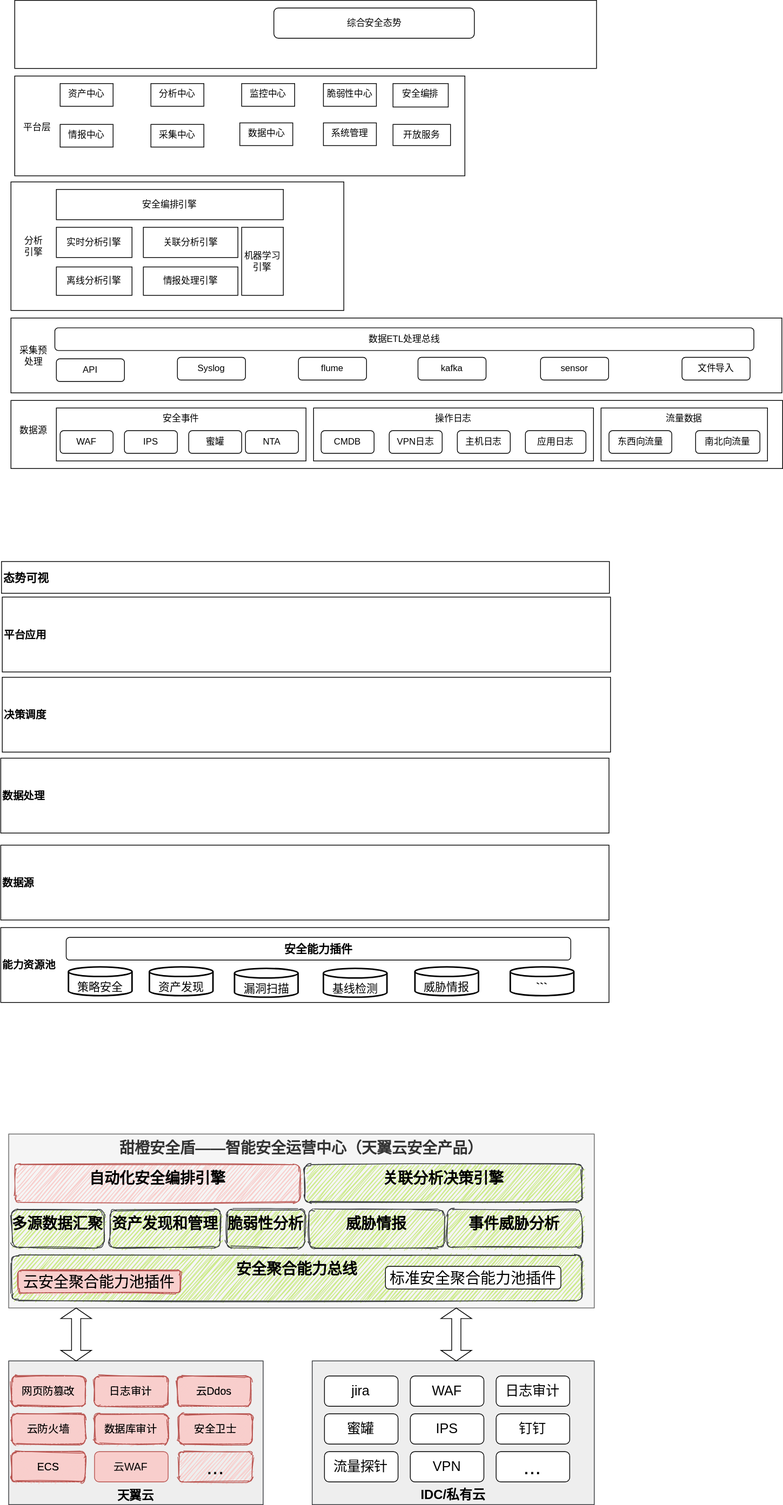
Above: 安全大脑二期模块图.svg in liujianqun/draw (draw.io), before the change. Source tidied: cells renumbered, new cells last; positions are measured from the earlier drawing's top-left corner, leaving out a move shared by most shapes.
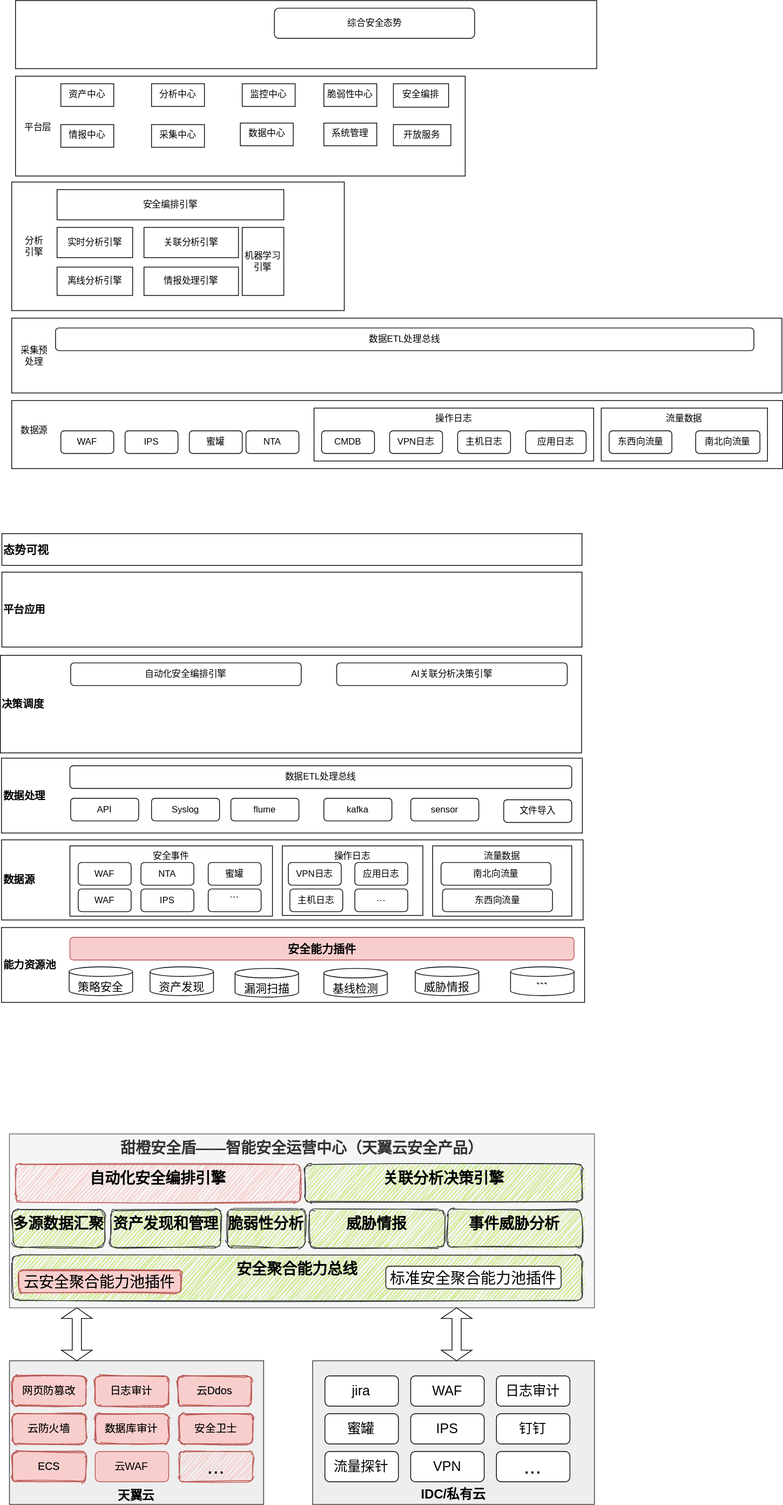
After the change.

Commit message:
Update 安全大脑二期模块图.svg

What changed in the source:
````diff
@@ -2,6 +2,21 @@
   <root>
     <mxCell id="0" />
     <mxCell id="1" parent="0" />
+    <mxCell id="49" value="数据源" style="rounded=0;whiteSpace=wrap;html=1;align=left;fontStyle=1;fontSize=14;" parent="1" vertex="1">
+      <mxGeometry x="-0.5" y="1110" width="769.5" height="106" as="geometry" />
+    </mxCell>
+    <mxCell id="50" value="数据处理" style="rounded=0;whiteSpace=wrap;html=1;align=left;fontStyle=1;fontSize=14;" parent="1" vertex="1">
+      <mxGeometry x="-0.5" y="1002" width="768.5" height="99" as="geometry" />
+    </mxCell>
+    <mxCell id="51" value="决策调度" style="rounded=0;whiteSpace=wrap;html=1;align=left;fontStyle=1;fontSize=14;" parent="1" vertex="1">
+      <mxGeometry x="-2" y="866" width="769" height="129" as="geometry" />
+    </mxCell>
+    <mxCell id="94" value="平台应用" style="rounded=0;whiteSpace=wrap;html=1;align=left;fontStyle=1;fontSize=14;" parent="1" vertex="1">
+      <mxGeometry y="756" width="767.5" height="99" as="geometry" />
+    </mxCell>
+    <mxCell id="95" value="态势可视" style="rounded=0;whiteSpace=wrap;html=1;align=left;fontSize=15;fontStyle=1;" parent="1" vertex="1">
+      <mxGeometry y="705" width="767.5" height="42" as="geometry" />
+    </mxCell>
     <mxCell id="2" style="rounded=0;whiteSpace=wrap;html=1;" parent="1" vertex="1">
       <mxGeometry x="18" width="769" height="90" as="geometry" />
     </mxCell>
@@ -57,7 +72,7 @@
       <mxGeometry x="23" y="559" width="40" height="20" as="geometry" />
     </mxCell>
     <mxCell id="20" value="安全事件" style="rounded=0;whiteSpace=wrap;html=1;verticalAlign=top;" parent="1" vertex="1">
-      <mxGeometry x="73" y="539" width="330" height="70" as="geometry" />
+      <mxGeometry x="90" y="1118" width="268" height="93" as="geometry" />
     </mxCell>
     <mxCell id="21" value="操作日志" style="rounded=0;whiteSpace=wrap;html=1;verticalAlign=top;" parent="1" vertex="1">
       <mxGeometry x="413" y="539" width="370" height="70" as="geometry" />
@@ -96,25 +111,25 @@
       <mxGeometry x="188" y="352.5" width="125" height="37.5" as="geometry" />
     </mxCell>
     <mxCell id="33" value="API" style="rounded=1;whiteSpace=wrap;html=1;align=center;" parent="1" vertex="1">
-      <mxGeometry x="73" y="474" width="90" height="30" as="geometry" />
+      <mxGeometry x="91" y="1055" width="90" height="30" as="geometry" />
     </mxCell>
     <mxCell id="34" value="Syslog" style="rounded=1;whiteSpace=wrap;html=1;align=center;" parent="1" vertex="1">
-      <mxGeometry x="233" y="472" width="90" height="30" as="geometry" />
+      <mxGeometry x="198" y="1055" width="90" height="30" as="geometry" />
     </mxCell>
     <mxCell id="35" value="flume" style="rounded=1;whiteSpace=wrap;html=1;align=center;" parent="1" vertex="1">
-      <mxGeometry x="393" y="472" width="90" height="30" as="geometry" />
+      <mxGeometry x="303" y="1055" width="90" height="30" as="geometry" />
     </mxCell>
     <mxCell id="36" value="kafka" style="rounded=1;whiteSpace=wrap;html=1;align=center;" parent="1" vertex="1">
-      <mxGeometry x="551" y="472" width="90" height="30" as="geometry" />
+      <mxGeometry x="426" y="1055" width="90" height="30" as="geometry" />
     </mxCell>
     <mxCell id="37" value="sensor" style="rounded=1;whiteSpace=wrap;html=1;align=center;" parent="1" vertex="1">
-      <mxGeometry x="713" y="472" width="90" height="30" as="geometry" />
+      <mxGeometry x="541" y="1055" width="90" height="30" as="geometry" />
     </mxCell>
     <mxCell id="38" value="IPS" style="rounded=1;whiteSpace=wrap;html=1;" parent="1" vertex="1">
       <mxGeometry x="163" y="569" width="70" height="30" as="geometry" />
     </mxCell>
     <mxCell id="39" value="文件导入" style="rounded=1;whiteSpace=wrap;html=1;align=center;" parent="1" vertex="1">
-      <mxGeometry x="900" y="472" width="90" height="30" as="geometry" />
+      <mxGeometry x="664" y="1057" width="90" height="30" as="geometry" />
     </mxCell>
     <mxCell id="40" value="东西向流量" style="rounded=1;whiteSpace=wrap;html=1;" parent="1" vertex="1">
       <mxGeometry x="803.5" y="569" width="83" height="30" as="geometry" />
@@ -140,18 +155,9 @@
     <mxCell id="47" value="开放服务" style="rounded=0;whiteSpace=wrap;html=1;align=center;verticalAlign=top;" parent="1" vertex="1">
       <mxGeometry x="518" y="164" width="76" height="28" as="geometry" />
     </mxCell>
-    <mxCell id="48" value="能力资源池" style="rounded=0;whiteSpace=wrap;html=1;align=left;fontStyle=1;fontSize=14;" parent="1" vertex="1">
-      <mxGeometry x="-0.5" y="1226" width="804" height="99" as="geometry" />
+    <mxCell id="48" value="能力资源池" style="rounded=0;whiteSpace=wrap;html=1;align=left;fontStyle=1;fontSize=14;strokeWidth=1;" parent="1" vertex="1">
+      <mxGeometry x="-0.5" y="1226" width="771.5" height="99" as="geometry" />
     </mxCell>
-    <mxCell id="49" value="数据源" style="rounded=0;whiteSpace=wrap;html=1;align=left;fontStyle=1;fontSize=14;" parent="1" vertex="1">
-      <mxGeometry x="-0.5" y="1117" width="804" height="99" as="geometry" />
-    </mxCell>
-    <mxCell id="50" value="数据处理" style="rounded=0;whiteSpace=wrap;html=1;align=left;fontStyle=1;fontSize=14;" parent="1" vertex="1">
-      <mxGeometry x="-0.5" y="1002" width="804" height="99" as="geometry" />
-    </mxCell>
-    <mxCell id="51" value="决策调度" style="rounded=0;whiteSpace=wrap;html=1;align=left;fontStyle=1;fontSize=14;" parent="1" vertex="1">
-      <mxGeometry x="1.5" y="895" width="804" height="99" as="geometry" />
-    </mxCell>
     <mxCell id="52" style="group;" parent="1" vertex="1">
       <mxGeometry x="10" y="1499" width="774" height="490" as="geometry" />
     </mxCell>
@@ -278,32 +284,77 @@
     <mxCell id="93" value="ECS" style="rounded=1;whiteSpace=wrap;html=1;fontSize=14;fillColor=#f8cecc;strokeColor=#b85450;sketch=1;" parent="52" vertex="1">
       <mxGeometry x="4.1" y="420" width="97.3" height="40" as="geometry" />
     </mxCell>
-    <mxCell id="94" value="平台应用" style="rounded=0;whiteSpace=wrap;html=1;align=left;fontStyle=1;fontSize=14;" parent="1" vertex="1">
-      <mxGeometry x="1.5" y="789" width="804" height="99" as="geometry" />
-    </mxCell>
-    <mxCell id="95" value="态势可视" style="rounded=0;whiteSpace=wrap;html=1;align=left;fontSize=15;fontStyle=1;" parent="1" vertex="1">
-      <mxGeometry x="0.5" y="742" width="803.5" height="42" as="geometry" />
-    </mxCell>
-    <mxCell id="96" value="策略安全" style="strokeWidth=2;html=1;shape=mxgraph.flowchart.database;whiteSpace=wrap;fontSize=15;verticalAlign=bottom;" parent="1" vertex="1">
+    <mxCell id="96" value="策略安全" style="strokeWidth=1;html=1;shape=mxgraph.flowchart.database;whiteSpace=wrap;fontSize=15;verticalAlign=bottom;" parent="1" vertex="1">
       <mxGeometry x="89" y="1278" width="84" height="38" as="geometry" />
     </mxCell>
-    <mxCell id="97" value="资产发现" style="strokeWidth=2;html=1;shape=mxgraph.flowchart.database;whiteSpace=wrap;fontSize=15;verticalAlign=bottom;" parent="1" vertex="1">
+    <mxCell id="97" value="资产发现" style="strokeWidth=1;html=1;shape=mxgraph.flowchart.database;whiteSpace=wrap;fontSize=15;verticalAlign=bottom;" parent="1" vertex="1">
       <mxGeometry x="196" y="1278" width="84" height="38" as="geometry" />
     </mxCell>
-    <mxCell id="98" value="漏洞扫描" style="strokeWidth=2;html=1;shape=mxgraph.flowchart.database;whiteSpace=wrap;fontSize=15;verticalAlign=bottom;" parent="1" vertex="1">
+    <mxCell id="98" value="漏洞扫描" style="strokeWidth=1;html=1;shape=mxgraph.flowchart.database;whiteSpace=wrap;fontSize=15;verticalAlign=bottom;" parent="1" vertex="1">
       <mxGeometry x="308.5" y="1280" width="84" height="38" as="geometry" />
     </mxCell>
-    <mxCell id="99" value="基线检测" style="strokeWidth=2;html=1;shape=mxgraph.flowchart.database;whiteSpace=wrap;fontSize=15;verticalAlign=bottom;" parent="1" vertex="1">
+    <mxCell id="99" value="基线检测" style="strokeWidth=1;html=1;shape=mxgraph.flowchart.database;whiteSpace=wrap;fontSize=15;verticalAlign=bottom;" parent="1" vertex="1">
       <mxGeometry x="426" y="1280" width="84" height="38" as="geometry" />
     </mxCell>
-    <mxCell id="100" value="威胁情报" style="strokeWidth=2;html=1;shape=mxgraph.flowchart.database;whiteSpace=wrap;fontSize=15;verticalAlign=bottom;" parent="1" vertex="1">
+    <mxCell id="100" value="威胁情报" style="strokeWidth=1;html=1;shape=mxgraph.flowchart.database;whiteSpace=wrap;fontSize=15;verticalAlign=bottom;" parent="1" vertex="1">
       <mxGeometry x="547" y="1278" width="84" height="38" as="geometry" />
     </mxCell>
-    <mxCell id="101" value="&lt;b&gt;```&lt;/b&gt;" style="strokeWidth=2;html=1;shape=mxgraph.flowchart.database;whiteSpace=wrap;fontSize=15;verticalAlign=bottom;" parent="1" vertex="1">
+    <mxCell id="101" value="&lt;b&gt;```&lt;/b&gt;" style="strokeWidth=1;html=1;shape=mxgraph.flowchart.database;whiteSpace=wrap;fontSize=15;verticalAlign=bottom;" parent="1" vertex="1">
       <mxGeometry x="673" y="1278" width="84" height="38" as="geometry" />
     </mxCell>
-    <mxCell id="102" value="安全能力插件" style="rounded=1;whiteSpace=wrap;html=1;align=center;fontSize=15;fontStyle=1;" parent="1" vertex="1">
-      <mxGeometry x="86" y="1239" width="667" height="30" as="geometry" />
+    <mxCell id="102" value="安全能力插件" style="rounded=1;whiteSpace=wrap;html=1;align=center;fontSize=15;fontStyle=1;strokeWidth=1;fillColor=#f8cecc;strokeColor=#b85450;" parent="1" vertex="1">
+      <mxGeometry x="90" y="1239" width="667" height="30" as="geometry" />
     </mxCell>
+    <mxCell id="103" value="操作日志" style="rounded=0;whiteSpace=wrap;html=1;verticalAlign=top;" parent="1" vertex="1">
+      <mxGeometry x="371" y="1118" width="186" height="92" as="geometry" />
+    </mxCell>
+    <mxCell id="104" value="流量数据" style="rounded=0;whiteSpace=wrap;html=1;verticalAlign=top;" parent="1" vertex="1">
+      <mxGeometry x="570" y="1118" width="184" height="93" as="geometry" />
+    </mxCell>
+    <mxCell id="105" value="WAF" style="rounded=1;whiteSpace=wrap;html=1;" parent="1" vertex="1">
+      <mxGeometry x="101" y="1175" width="70" height="30" as="geometry" />
+    </mxCell>
+    <mxCell id="106" value="IPS" style="rounded=1;whiteSpace=wrap;html=1;" parent="1" vertex="1">
+      <mxGeometry x="184" y="1175" width="70" height="30" as="geometry" />
+    </mxCell>
+    <mxCell id="107" value="```" style="rounded=1;whiteSpace=wrap;html=1;" parent="1" vertex="1">
+      <mxGeometry x="273" y="1175" width="70" height="30" as="geometry" />
+    </mxCell>
+    <mxCell id="108" value="WAF" style="rounded=1;whiteSpace=wrap;html=1;" parent="1" vertex="1">
+      <mxGeometry x="101" y="1140" width="70" height="30" as="geometry" />
+    </mxCell>
+    <mxCell id="109" value="NTA" style="rounded=1;whiteSpace=wrap;html=1;" parent="1" vertex="1">
+      <mxGeometry x="184" y="1140" width="70" height="30" as="geometry" />
+    </mxCell>
+    <mxCell id="110" value="蜜罐" style="rounded=1;whiteSpace=wrap;html=1;" parent="1" vertex="1">
+      <mxGeometry x="273" y="1140" width="70" height="30" as="geometry" />
+    </mxCell>
+    <mxCell id="111" value="VPN日志" style="rounded=1;whiteSpace=wrap;html=1;" parent="1" vertex="1">
+      <mxGeometry x="379" y="1140" width="70" height="30" as="geometry" />
+    </mxCell>
+    <mxCell id="112" value="主机日志" style="rounded=1;whiteSpace=wrap;html=1;" parent="1" vertex="1">
+      <mxGeometry x="381" y="1175" width="70" height="30" as="geometry" />
+    </mxCell>
+    <mxCell id="113" value="应用日志" style="rounded=1;whiteSpace=wrap;html=1;" parent="1" vertex="1">
+      <mxGeometry x="467" y="1140" width="70" height="30" as="geometry" />
+    </mxCell>
+    <mxCell id="114" value="···" style="rounded=1;whiteSpace=wrap;html=1;" parent="1" vertex="1">
+      <mxGeometry x="467" y="1175" width="70" height="30" as="geometry" />
+    </mxCell>
+    <mxCell id="115" value="南北向流量" style="rounded=1;whiteSpace=wrap;html=1;" parent="1" vertex="1">
+      <mxGeometry x="581" y="1140" width="145.5" height="30" as="geometry" />
+    </mxCell>
+    <mxCell id="116" value="东西向流量" style="rounded=1;whiteSpace=wrap;html=1;" parent="1" vertex="1">
+      <mxGeometry x="583" y="1175" width="145.5" height="30" as="geometry" />
+    </mxCell>
+    <mxCell id="117" value="数据ETL处理总线" style="rounded=1;whiteSpace=wrap;html=1;align=center;" parent="1" vertex="1">
+      <mxGeometry x="90" y="1012" width="664" height="30" as="geometry" />
+    </mxCell>
+    <mxCell id="118" value="自动化安全编排引擎" style="rounded=1;whiteSpace=wrap;html=1;align=center;" parent="1" vertex="1">
+      <mxGeometry x="91" y="876" width="305" height="30" as="geometry" />
+    </mxCell>
+    <mxCell id="119" value="AI关联分析决策引擎" style="rounded=1;whiteSpace=wrap;html=1;align=center;" parent="1" vertex="1">
+      <mxGeometry x="443" y="876" width="305" height="30" as="geometry" />
+    </mxCell>
   </root>
 </mxGraphModel>
````
